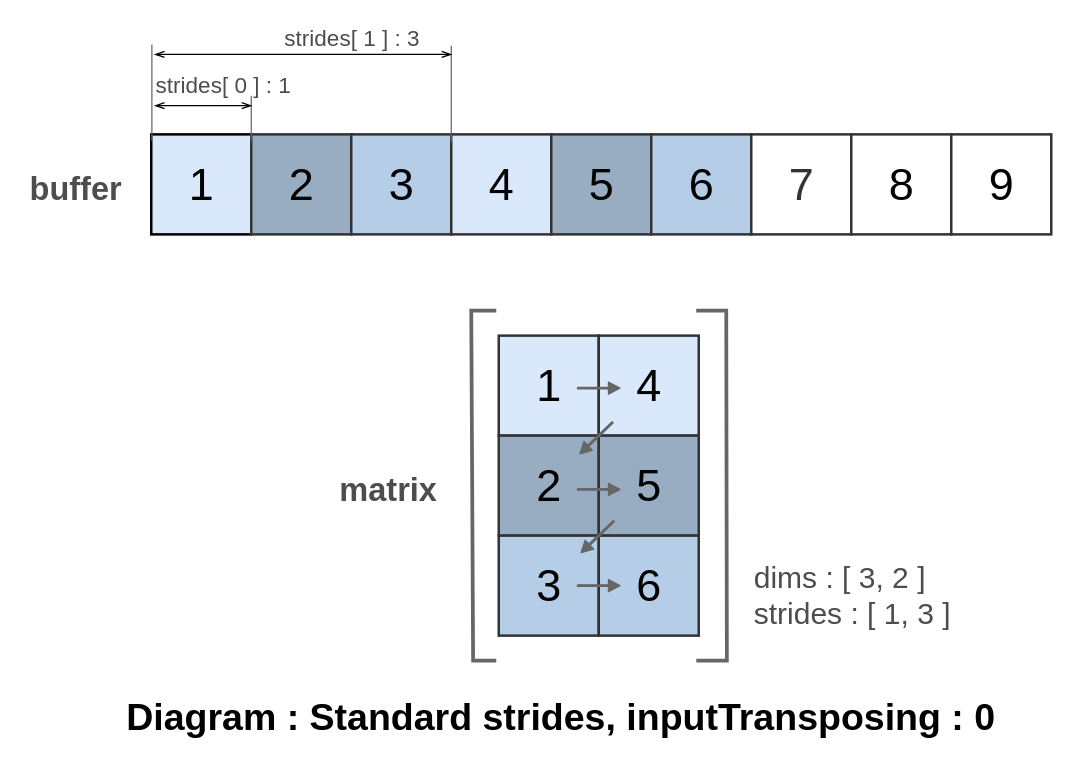
Before: page "StandardStrides, Transposing : 0" (2 of 7) of doc/img/Matrix.drawio in Wandalen/wMathMatrix, a draw.io diagram. Source tidied: cells renumbered, new cells numbered last; positions are measured from the earlier drawing's top-left corner, leaving out a move shared by most shapes. Both pictures are drawn from the tidied source at 125%, with x=0, y=0 at pixel (21, 21).
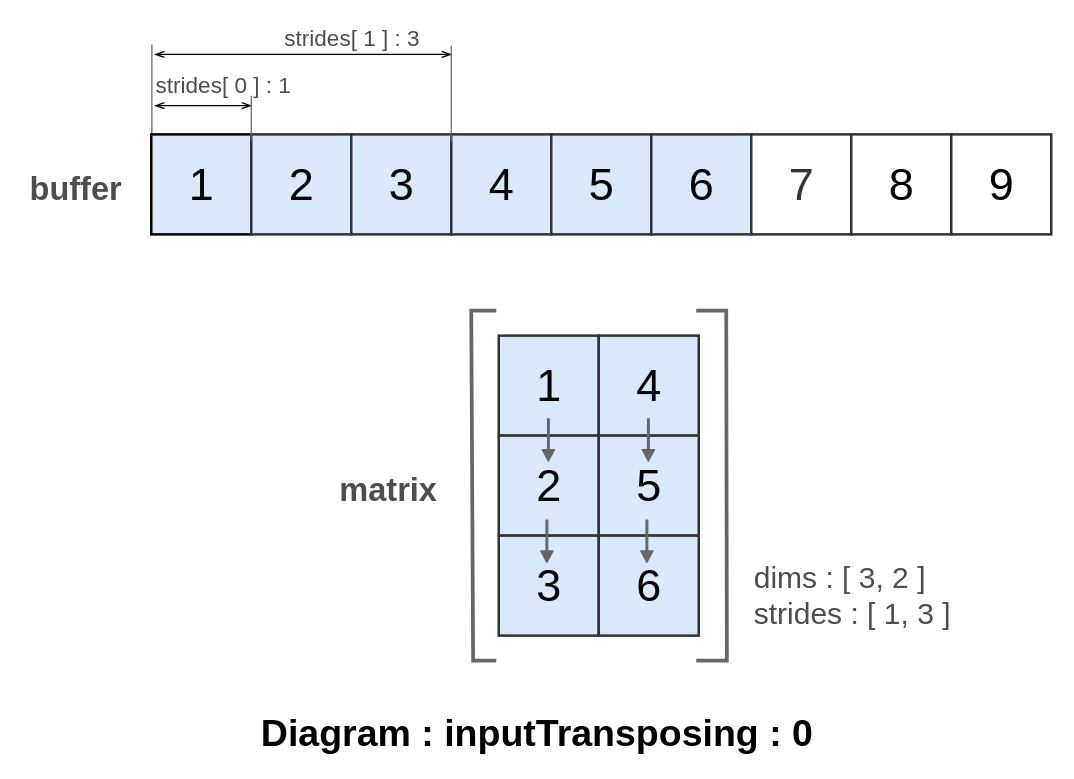
After the change.

The change refers to these unchanged cells:
```xml
<mxCell id="3" style="group;" parent="1" vertex="1">
  <mxGeometry width="823.5" height="511" as="geometry" />
</mxCell>
```

Diff of the diagram source:
```diff
@@
-    <mxCell id="2" value="Diagram : Standard strides, inputTransposing : 0" style="text;html=1;align=center;verticalAlign=middle;fontSize=30;fontColor=#000000;fontStyle=1;" parent="1" vertex="1">
-      <mxGeometry x="79" y="535" width="703" height="41" as="geometry" />
+    <mxCell id="2" value="Diagram : inputTransposing : 0" style="text;html=1;align=center;verticalAlign=middle;fontSize=30;fontColor=#000000;fontStyle=1;" parent="1" vertex="1">
+      <mxGeometry x="187" y="548" width="450" height="41" as="geometry" />
     </mxCell>
@@
-    <mxCell id="4" style="group;" parent="3" vertex="1">
-      <mxGeometry y="30" width="823.5" height="481" as="geometry" />
-    </mxCell>
+    <mxCell id="33" value="strides[ 1 ] : 3" style="text;html=1;align=center;verticalAlign=middle;fontSize=18;fontColor=#4D4D4D;" parent="3" vertex="1">
+      <mxGeometry x="203" width="122" height="27" as="geometry" />
+    </mxCell>
+    <mxCell id="34" style="endArrow=none;html=1;strokeColor=#666666;strokeWidth=1;fontSize=26;fontColor=#333333;exitX=0;exitY=0;exitDx=0;exitDy=0;" parent="3" edge="1">
+      <mxGeometry relative="1" as="geometry">
+        <mxPoint x="104" y="95" as="sourcePoint" />
+        <mxPoint x="104" y="18" as="targetPoint" />
+      </mxGeometry>
+    </mxCell>
+    <mxCell id="35" style="endArrow=openThin;startArrow=openThin;html=1;strokeColor=#000000;strokeWidth=1;fontSize=26;fontColor=#333333;startFill=0;endFill=0;" parent="3" edge="1">
+      <mxGeometry relative="1" as="geometry">
+        <mxPoint x="106" y="67" as="sourcePoint" />
+        <mxPoint x="184" y="67" as="targetPoint" />
+      </mxGeometry>
+    </mxCell>
+    <mxCell id="36" style="endArrow=openThin;startArrow=openThin;html=1;strokeColor=#000000;strokeWidth=1;fontSize=26;fontColor=#333333;startFill=0;endFill=0;" parent="3" edge="1">
+      <mxGeometry relative="1" as="geometry">
+        <mxPoint x="106" y="26" as="sourcePoint" />
+        <mxPoint x="344" y="26" as="targetPoint" />
+      </mxGeometry>
+    </mxCell>
-    <mxCell id="5" value="1" style="whiteSpace=wrap;html=1;strokeWidth=2;fontSize=36;strokeColor=#000000;fillColor=#DAE8FC;" parent="4" vertex="1">
-      <mxGeometry x="103.5" y="60" width="80" height="80" as="geometry" />
+    <mxCell id="5" value="1" style="whiteSpace=wrap;html=1;strokeWidth=2;fontSize=36;strokeColor=#000000;fillColor=#DAE8FC;" parent="3" vertex="1">
+      <mxGeometry x="103.5" y="90" width="80" height="80" as="geometry" />
     </mxCell>
-    <mxCell id="6" value="2" style="whiteSpace=wrap;html=1;strokeWidth=2;fontSize=36;fillColor=#99ADC2;strokeColor=#333333;" parent="4" vertex="1">
-      <mxGeometry x="183.5" y="60" width="80" height="80" as="geometry" />
+    <mxCell id="6" value="2" style="whiteSpace=wrap;html=1;strokeWidth=2;fontSize=36;fillColor=#DAE8FC;strokeColor=#333333;" parent="3" vertex="1">
+      <mxGeometry x="183.5" y="90" width="80" height="80" as="geometry" />
     </mxCell>
-    <mxCell id="7" value="3" style="whiteSpace=wrap;html=1;strokeWidth=2;fontSize=36;strokeColor=#333333;fillColor=#B5CDE6;" parent="4" vertex="1">
-      <mxGeometry x="263.5" y="60" width="80" height="80" as="geometry" />
+    <mxCell id="7" value="3" style="whiteSpace=wrap;html=1;strokeWidth=2;fontSize=36;strokeColor=#333333;fillColor=#DAE8FC;" parent="3" vertex="1">
+      <mxGeometry x="263.5" y="90" width="80" height="80" as="geometry" />
     </mxCell>
-    <mxCell id="8" value="4" style="whiteSpace=wrap;html=1;strokeWidth=2;fontSize=36;fillColor=#DAE8FC;strokeColor=#333333;" parent="4" vertex="1">
-      <mxGeometry x="343.5" y="60" width="80" height="80" as="geometry" />
+    <mxCell id="8" value="4" style="whiteSpace=wrap;html=1;strokeWidth=2;fontSize=36;fillColor=#DAE8FC;strokeColor=#333333;" parent="3" vertex="1">
+      <mxGeometry x="343.5" y="90" width="80" height="80" as="geometry" />
     </mxCell>
-    <mxCell id="9" value="5" style="whiteSpace=wrap;html=1;strokeWidth=2;fontSize=36;strokeColor=#333333;fillColor=#99ADC2;gradientColor=none;" parent="4" vertex="1">
-      <mxGeometry x="423.5" y="60" width="80" height="80" as="geometry" />
+    <mxCell id="9" value="5" style="whiteSpace=wrap;html=1;strokeWidth=2;fontSize=36;strokeColor=#333333;fillColor=#DAE8FC;gradientColor=none;" parent="3" vertex="1">
+      <mxGeometry x="423.5" y="90" width="80" height="80" as="geometry" />
     </mxCell>
-    <mxCell id="10" value="6" style="whiteSpace=wrap;html=1;strokeWidth=2;fontSize=36;fillColor=#B5CDE6;strokeColor=#333333;" parent="4" vertex="1">
-      <mxGeometry x="503.5" y="60" width="80" height="80" as="geometry" />
+    <mxCell id="10" value="6" style="whiteSpace=wrap;html=1;strokeWidth=2;fontSize=36;fillColor=#DAE8FC;strokeColor=#333333;" parent="3" vertex="1">
+      <mxGeometry x="503.5" y="90" width="80" height="80" as="geometry" />
     </mxCell>
-    <mxCell id="11" value="7" style="whiteSpace=wrap;html=1;strokeWidth=2;fontSize=36;strokeColor=#333333;fillColor=#FFFFFF;fontColor=#333333;" parent="4" vertex="1">
-      <mxGeometry x="583.5" y="60" width="80" height="80" as="geometry" />
+    <mxCell id="11" value="7" style="whiteSpace=wrap;html=1;strokeWidth=2;fontSize=36;strokeColor=#333333;fillColor=#FFFFFF;fontColor=#333333;" parent="3" vertex="1">
+      <mxGeometry x="583.5" y="90" width="80" height="80" as="geometry" />
     </mxCell>
-    <mxCell id="12" value="buffer" style="text;html=1;align=center;verticalAlign=middle;fontSize=26;fontColor=#4D4D4D;fontStyle=1;" parent="4" vertex="1">
-      <mxGeometry y="86" width="85" height="36" as="geometry" />
+    <mxCell id="12" value="buffer" style="text;html=1;align=center;verticalAlign=middle;fontSize=26;fontColor=#4D4D4D;fontStyle=1;" parent="3" vertex="1">
+      <mxGeometry y="116" width="85" height="36" as="geometry" />
     </mxCell>
-    <mxCell id="13" value="8" style="whiteSpace=wrap;html=1;strokeWidth=2;fontSize=36;strokeColor=#333333;" parent="4" vertex="1">
-      <mxGeometry x="663.5" y="60" width="80" height="80" as="geometry" />
+    <mxCell id="13" value="8" style="whiteSpace=wrap;html=1;strokeWidth=2;fontSize=36;strokeColor=#333333;" parent="3" vertex="1">
+      <mxGeometry x="663.5" y="90" width="80" height="80" as="geometry" />
     </mxCell>
-    <mxCell id="14" value="9" style="whiteSpace=wrap;html=1;strokeWidth=2;fontSize=36;strokeColor=#333333;" parent="4" vertex="1">
-      <mxGeometry x="743.5" y="60" width="80" height="80" as="geometry" />
+    <mxCell id="14" value="9" style="whiteSpace=wrap;html=1;strokeWidth=2;fontSize=36;strokeColor=#333333;" parent="3" vertex="1">
+      <mxGeometry x="743.5" y="90" width="80" height="80" as="geometry" />
     </mxCell>
-    <mxCell id="15" value="matrix" style="text;html=1;align=center;verticalAlign=middle;fontSize=26;fontColor=#4D4D4D;fontStyle=1;" parent="4" vertex="1">
-      <mxGeometry x="249" y="327" width="88" height="36" as="geometry" />
+    <mxCell id="15" value="matrix" style="text;html=1;align=center;verticalAlign=middle;fontSize=26;fontColor=#4D4D4D;fontStyle=1;" parent="3" vertex="1">
+      <mxGeometry x="249" y="357" width="88" height="36" as="geometry" />
     </mxCell>
-    <mxCell id="16" value="1" style="whiteSpace=wrap;html=1;strokeWidth=2;fontSize=36;strokeColor=#333333;fillColor=#DAE8FC;" parent="4" vertex="1">
-      <mxGeometry x="381.5" y="221" width="80" height="80" as="geometry" />
+    <mxCell id="16" value="1" style="whiteSpace=wrap;html=1;strokeWidth=2;fontSize=36;strokeColor=#333333;fillColor=#DAE8FC;" parent="3" vertex="1">
+      <mxGeometry x="381.5" y="251" width="80" height="80" as="geometry" />
     </mxCell>
-    <mxCell id="17" value="4" style="whiteSpace=wrap;html=1;strokeWidth=2;fontSize=36;strokeColor=#333333;fillColor=#DAE8FC;" parent="4" vertex="1">
-      <mxGeometry x="461.5" y="221" width="80" height="80" as="geometry" />
+    <mxCell id="17" value="4" style="whiteSpace=wrap;html=1;strokeWidth=2;fontSize=36;strokeColor=#333333;fillColor=#DAE8FC;" parent="3" vertex="1">
+      <mxGeometry x="461.5" y="251" width="80" height="80" as="geometry" />
     </mxCell>
-    <mxCell id="18" value="2" style="whiteSpace=wrap;html=1;strokeWidth=2;fontSize=36;strokeColor=#333333;fillColor=#99ADC2;gradientColor=none;fontColor=#000000;" parent="4" vertex="1">
-      <mxGeometry x="381.5" y="301" width="80" height="80" as="geometry" />
+    <mxCell id="18" value="2" style="whiteSpace=wrap;html=1;strokeWidth=2;fontSize=36;strokeColor=#333333;fillColor=#DAE8FC;gradientColor=none;fontColor=#000000;" parent="3" vertex="1">
+      <mxGeometry x="381.5" y="331" width="80" height="80" as="geometry" />
     </mxCell>
-    <mxCell id="19" value="5" style="whiteSpace=wrap;html=1;strokeWidth=2;fontSize=36;strokeColor=#333333;fillColor=#99ADC2;fontColor=#000000;" parent="4" vertex="1">
-      <mxGeometry x="461.5" y="301" width="80" height="80" as="geometry" />
+    <mxCell id="19" value="5" style="whiteSpace=wrap;html=1;strokeWidth=2;fontSize=36;strokeColor=#333333;fillColor=#DAE8FC;fontColor=#000000;" parent="3" vertex="1">
+      <mxGeometry x="461.5" y="331" width="80" height="80" as="geometry" />
     </mxCell>
-    <mxCell id="20" style="endArrow=none;html=1;fontSize=40;strokeWidth=3;rounded=0;strokeColor=#666666;" parent="4" edge="1">
+    <mxCell id="20" style="endArrow=none;html=1;fontSize=40;strokeWidth=3;rounded=0;strokeColor=#666666;" parent="3" edge="1">
       <mxGeometry relative="1" as="geometry">
-        <mxPoint x="379.5" y="481" as="sourcePoint" />
-        <mxPoint x="379.5" y="201" as="targetPoint" />
+        <mxPoint x="379.5" y="511" as="sourcePoint" />
+        <mxPoint x="379.5" y="231" as="targetPoint" />
         <Array as="points">
-          <mxPoint x="361" y="481" />
-          <mxPoint x="359.5" y="201" />
+          <mxPoint x="361" y="511" />
+          <mxPoint x="359.5" y="231" />
         </Array>
       </mxGeometry>
     </mxCell>
-    <mxCell id="21" style="endArrow=none;html=1;fontSize=40;strokeWidth=3;rounded=0;strokeColor=#666666;" parent="4" edge="1">
+    <mxCell id="21" style="endArrow=none;html=1;fontSize=40;strokeWidth=3;rounded=0;strokeColor=#666666;" parent="3" edge="1">
       <mxGeometry relative="1" as="geometry">
-        <mxPoint x="539.5" y="201" as="sourcePoint" />
-        <mxPoint x="539.5" y="481" as="targetPoint" />
+        <mxPoint x="539.5" y="231" as="sourcePoint" />
+        <mxPoint x="539.5" y="511" as="targetPoint" />
         <Array as="points">
-          <mxPoint x="563.5" y="201" />
-          <mxPoint x="564" y="481" />
+          <mxPoint x="563.5" y="231" />
+          <mxPoint x="564" y="511" />
         </Array>
       </mxGeometry>
     </mxCell>
-    <mxCell id="22" value="3" style="whiteSpace=wrap;html=1;strokeWidth=2;fontSize=36;strokeColor=#333333;fillColor=#B5CDE6;gradientColor=none;fontColor=#000000;" parent="4" vertex="1">
-      <mxGeometry x="381.5" y="381" width="80" height="80" as="geometry" />
+    <mxCell id="22" value="3" style="whiteSpace=wrap;html=1;strokeWidth=2;fontSize=36;strokeColor=#333333;fillColor=#DAE8FC;gradientColor=none;fontColor=#000000;" parent="3" vertex="1">
+      <mxGeometry x="381.5" y="411" width="80" height="80" as="geometry" />
     </mxCell>
-    <mxCell id="23" value="6" style="whiteSpace=wrap;html=1;strokeWidth=2;fontSize=36;strokeColor=#333333;fillColor=#B5CDE6;fontColor=#000000;" parent="4" vertex="1">
-      <mxGeometry x="461.5" y="381" width="80" height="80" as="geometry" />
+    <mxCell id="23" value="6" style="whiteSpace=wrap;html=1;strokeWidth=2;fontSize=36;strokeColor=#333333;fillColor=#DAE8FC;fontColor=#000000;" parent="3" vertex="1">
+      <mxGeometry x="461.5" y="411" width="80" height="80" as="geometry" />
     </mxCell>
-    <mxCell id="24" style="shape=flexArrow;endArrow=classic;html=1;width=1.3548387096774193;endSize=2.7529032258064516;endWidth=7.460978147762747;fillColor=#666666;strokeColor=#666666;" parent="4" edge="1">
-      <mxGeometry relative="1" as="geometry">
-        <mxPoint x="444" y="344" as="sourcePoint" />
-        <mxPoint x="479" y="344" as="targetPoint" />
-      </mxGeometry>
-    </mxCell>
-    <mxCell id="25" style="shape=flexArrow;endArrow=classic;html=1;width=1.3548387096774193;endSize=2.7529032258064516;endWidth=7.460978147762747;fillColor=#666666;strokeColor=#666666;" parent="4" edge="1">
-      <mxGeometry relative="1" as="geometry">
-        <mxPoint x="444" y="263" as="sourcePoint" />
-        <mxPoint x="479" y="263" as="targetPoint" />
-      </mxGeometry>
-    </mxCell>
-    <mxCell id="26" style="shape=flexArrow;endArrow=classic;html=1;width=1.3548387096774193;endSize=2.7529032258064516;endWidth=7.460978147762747;fillColor=#666666;strokeColor=#666666;" parent="4" edge="1">
-      <mxGeometry relative="1" as="geometry">
-        <mxPoint x="444" y="421" as="sourcePoint" />
-        <mxPoint x="479" y="421" as="targetPoint" />
-      </mxGeometry>
-    </mxCell>
-    <mxCell id="27" style="shape=flexArrow;endArrow=classic;html=1;width=1.3548387096774193;endSize=2.7529032258064516;endWidth=7.460978147762747;fillColor=#666666;strokeColor=#666666;" parent="4" edge="1">
-      <mxGeometry relative="1" as="geometry">
-        <mxPoint x="473" y="290" as="sourcePoint" />
-        <mxPoint x="446" y="316" as="targetPoint" />
-      </mxGeometry>
-    </mxCell>
-    <mxCell id="28" style="shape=flexArrow;endArrow=classic;html=1;width=1.3548387096774193;endSize=2.7529032258064516;endWidth=7.460978147762747;fillColor=#666666;strokeColor=#666666;" parent="4" edge="1">
-      <mxGeometry relative="1" as="geometry">
-        <mxPoint x="474" y="369" as="sourcePoint" />
-        <mxPoint x="447" y="395" as="targetPoint" />
-      </mxGeometry>
-    </mxCell>
-    <mxCell id="29" value="dims : [ 3, 2 ]&lt;br style=&quot;font-size: 24px&quot;&gt;&lt;div style=&quot;font-size: 24px&quot;&gt;&lt;span style=&quot;font-size: 24px&quot;&gt;strides : [ 1, 3 ]&lt;/span&gt;&lt;/div&gt;" style="text;html=1;align=left;verticalAlign=middle;fontSize=24;fontColor=#4d4d4d;" parent="4" vertex="1">
-      <mxGeometry x="584" y="398" width="168" height="62" as="geometry" />
+    <mxCell id="29" value="dims : [ 3, 2 ]&lt;br style=&quot;font-size: 24px&quot;&gt;&lt;div style=&quot;font-size: 24px&quot;&gt;&lt;span style=&quot;font-size: 24px&quot;&gt;strides : [ 1, 3 ]&lt;/span&gt;&lt;/div&gt;" style="text;html=1;align=left;verticalAlign=middle;fontSize=24;fontColor=#4d4d4d;" parent="3" vertex="1">
+      <mxGeometry x="584" y="428" width="168" height="62" as="geometry" />
     </mxCell>
-    <mxCell id="30" value="strides[ 0 ] : 1" style="text;html=1;align=center;verticalAlign=middle;fontSize=18;fontColor=#4D4D4D;" parent="4" vertex="1">
-      <mxGeometry x="101" y="7" width="119" height="27" as="geometry" />
+    <mxCell id="30" value="strides[ 0 ] : 1" style="text;html=1;align=center;verticalAlign=middle;fontSize=18;fontColor=#4D4D4D;" parent="3" vertex="1">
+      <mxGeometry x="101" y="37" width="119" height="27" as="geometry" />
     </mxCell>
-    <mxCell id="31" style="endArrow=none;html=1;strokeColor=#666666;strokeWidth=1;fontSize=26;fontColor=#333333;exitX=0;exitY=0;exitDx=0;exitDy=0;" parent="4" edge="1">
+    <mxCell id="31" style="endArrow=none;html=1;strokeColor=#666666;strokeWidth=1;fontSize=26;fontColor=#333333;exitX=0;exitY=0;exitDx=0;exitDy=0;" parent="3" edge="1">
       <mxGeometry relative="1" as="geometry">
-        <mxPoint x="183.5" y="65" as="sourcePoint" />
-        <mxPoint x="183.5" y="29" as="targetPoint" />
+        <mxPoint x="183.5" y="95" as="sourcePoint" />
+        <mxPoint x="183.5" y="59" as="targetPoint" />
       </mxGeometry>
     </mxCell>
-    <mxCell id="32" style="endArrow=none;html=1;strokeColor=#666666;strokeWidth=1;fontSize=26;fontColor=#333333;exitX=0;exitY=0;exitDx=0;exitDy=0;" parent="4" edge="1">
+    <mxCell id="32" style="endArrow=none;html=1;strokeColor=#666666;strokeWidth=1;fontSize=26;fontColor=#333333;exitX=0;exitY=0;exitDx=0;exitDy=0;" parent="3" edge="1">
       <mxGeometry relative="1" as="geometry">
-        <mxPoint x="343.5" y="66" as="sourcePoint" />
-        <mxPoint x="343.5" y="-11" as="targetPoint" />
+        <mxPoint x="343.5" y="96" as="sourcePoint" />
+        <mxPoint x="343.5" y="19" as="targetPoint" />
       </mxGeometry>
     </mxCell>
-    <mxCell id="33" value="strides[ 1 ] : 3" style="text;html=1;align=center;verticalAlign=middle;fontSize=18;fontColor=#4D4D4D;" parent="3" vertex="1">
-      <mxGeometry x="203" width="122" height="27" as="geometry" />
-    </mxCell>
-    <mxCell id="34" style="endArrow=none;html=1;strokeColor=#666666;strokeWidth=1;fontSize=26;fontColor=#333333;exitX=0;exitY=0;exitDx=0;exitDy=0;" parent="3" edge="1">
-      <mxGeometry relative="1" as="geometry">
-        <mxPoint x="104" y="95" as="sourcePoint" />
-        <mxPoint x="104" y="18" as="targetPoint" />
-      </mxGeometry>
-    </mxCell>
-    <mxCell id="35" style="endArrow=openThin;startArrow=openThin;html=1;strokeColor=#000000;strokeWidth=1;fontSize=26;fontColor=#333333;startFill=0;endFill=0;" parent="3" edge="1">
-      <mxGeometry relative="1" as="geometry">
-        <mxPoint x="106" y="67" as="sourcePoint" />
-        <mxPoint x="184" y="67" as="targetPoint" />
-      </mxGeometry>
-    </mxCell>
-    <mxCell id="36" style="endArrow=openThin;startArrow=openThin;html=1;strokeColor=#000000;strokeWidth=1;fontSize=26;fontColor=#333333;startFill=0;endFill=0;" parent="3" edge="1">
-      <mxGeometry relative="1" as="geometry">
-        <mxPoint x="106" y="26" as="sourcePoint" />
-        <mxPoint x="344" y="26" as="targetPoint" />
-      </mxGeometry>
-    </mxCell>
+    <mxCell id="37" style="shape=flexArrow;endArrow=classic;html=1;width=1.3548387096774193;endSize=2.7529032258064516;endWidth=7.460978147762747;fillColor=#666666;strokeColor=#666666;" parent="3" edge="1">
+      <mxGeometry relative="1" as="geometry">
+        <mxPoint x="421.2" y="317" as="sourcePoint" />
+        <mxPoint x="421.2" y="352" as="targetPoint" />
+      </mxGeometry>
+    </mxCell>
+    <mxCell id="38" style="shape=flexArrow;endArrow=classic;html=1;width=1.3548387096774193;endSize=2.7529032258064516;endWidth=7.460978147762747;fillColor=#666666;strokeColor=#666666;" parent="3" edge="1">
+      <mxGeometry relative="1" as="geometry">
+        <mxPoint x="501.2" y="317" as="sourcePoint" />
+        <mxPoint x="501.2" y="352" as="targetPoint" />
+      </mxGeometry>
+    </mxCell>
+    <mxCell id="39" style="shape=flexArrow;endArrow=classic;html=1;width=1.3548387096774193;endSize=2.7529032258064516;endWidth=7.460978147762747;fillColor=#666666;strokeColor=#666666;" parent="3" edge="1">
+      <mxGeometry relative="1" as="geometry">
+        <mxPoint x="420" y="398" as="sourcePoint" />
+        <mxPoint x="420" y="433" as="targetPoint" />
+      </mxGeometry>
+    </mxCell>
+    <mxCell id="40" style="shape=flexArrow;endArrow=classic;html=1;width=1.3548387096774193;endSize=2.7529032258064516;endWidth=7.460978147762747;fillColor=#666666;strokeColor=#666666;" parent="3" edge="1">
+      <mxGeometry relative="1" as="geometry">
+        <mxPoint x="500" y="398" as="sourcePoint" />
+        <mxPoint x="500" y="433" as="targetPoint" />
+      </mxGeometry>
+    </mxCell>
```
